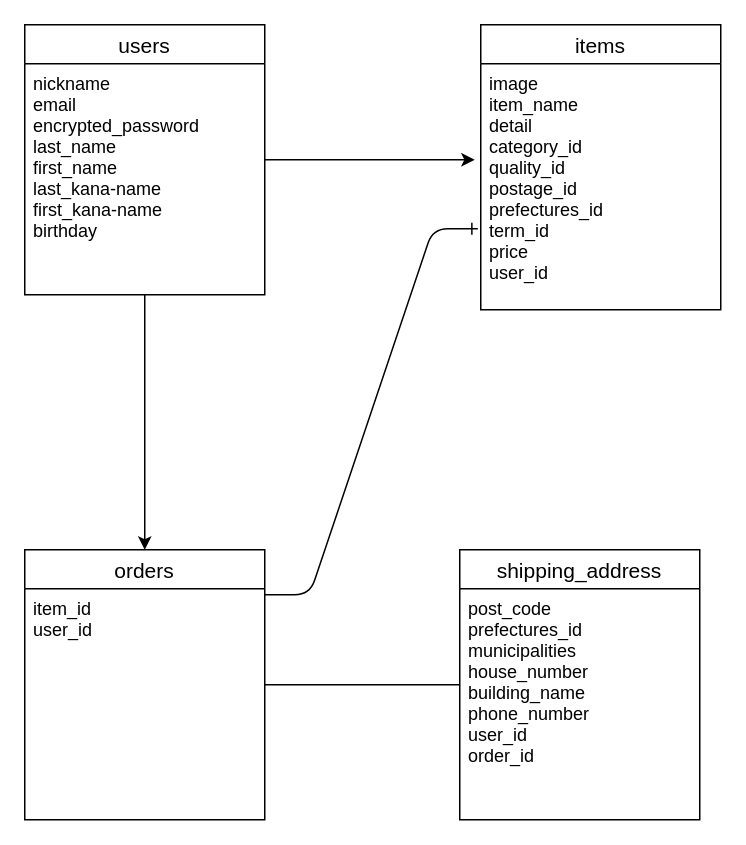
The draw.io diagram er.dio in akioGitHub/furima-38267, before the edit. Source tidied: cells renumbered, new cells numbered last; positions are measured from the earlier drawing's top-left corner, leaving out a move shared by most shapes. Both pictures are drawn from the tidied source at 150%, with x=0, y=0 at pixel (24, 24).
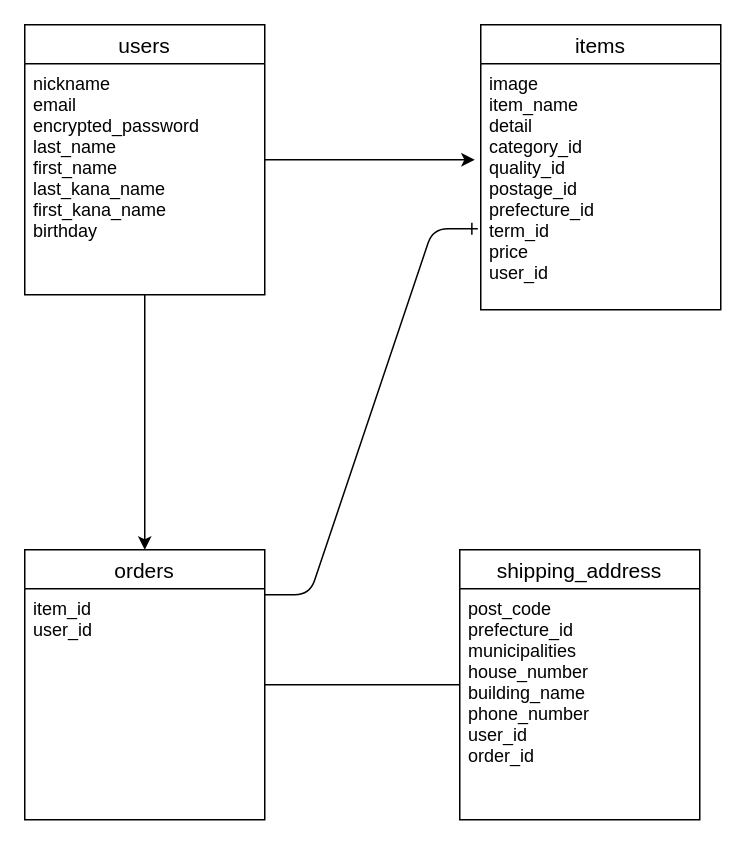
Above is the later version.

Diff of the diagram source:
```diff
@@
 <mxGraphModel>
   <root>
     <mxCell id="0" />
     <mxCell id="1" parent="0" />
     <mxCell id="2" style="edgeStyle=none;html=1;" parent="1" edge="1" source="3">
       <mxGeometry relative="1" as="geometry">
         <mxPoint x="300" y="90" as="targetPoint" />
       </mxGeometry>
     </mxCell>
     <mxCell id="3" value="users" style="swimlane;fontStyle=0;horizontal=1;startSize=26;align=center;fontSize=14;" parent="1" vertex="1">
       <mxGeometry width="160" height="180" as="geometry" />
     </mxCell>
-    <mxCell id="4" value="nickname&#10;email&#10;encrypted_password&#10;last_name&#10;first_name&#10;last_kana-name&#10;first_kana-name&#10;birthday&#10;" style="text;strokeColor=none;fillColor=none;spacingLeft=4;spacingRight=4;overflow=hidden;points=[[0,0.5],[1,0.5]];portConstraint=eastwest;fontSize=12;" parent="3" vertex="1">
+    <mxCell id="4" value="nickname&#10;email&#10;encrypted_password&#10;last_name&#10;first_name&#10;last_kana_name&#10;first_kana_name&#10;birthday&#10;" style="text;strokeColor=none;fillColor=none;spacingLeft=4;spacingRight=4;overflow=hidden;points=[[0,0.5],[1,0.5]];portConstraint=eastwest;fontSize=12;" parent="3" vertex="1">
       <mxGeometry y="26" width="160" height="154" as="geometry" />
     </mxCell>
     <mxCell id="5" value="items" style="swimlane;fontStyle=0;horizontal=1;startSize=26;align=center;fontSize=14;" parent="1" vertex="1">
       <mxGeometry x="304" width="160" height="190" as="geometry" />
     </mxCell>
     <mxCell id="6" value="shipping_address" style="swimlane;fontStyle=0;horizontal=1;startSize=26;align=center;fontSize=14;" parent="1" vertex="1">
       <mxGeometry x="290" y="350" width="160" height="180" as="geometry" />
     </mxCell>
-    <mxCell id="7" value="post_code&#10;prefectures_id&#10;municipalities&#10;house_number&#10;building_name&#10;phone_number&#10;user_id&#10;order_id" style="text;strokeColor=none;fillColor=none;spacingLeft=4;spacingRight=4;overflow=hidden;fontSize=12;" parent="6" vertex="1">
+    <mxCell id="7" value="post_code&#10;prefecture_id&#10;municipalities&#10;house_number&#10;building_name&#10;phone_number&#10;user_id&#10;order_id" style="text;strokeColor=none;fillColor=none;spacingLeft=4;spacingRight=4;overflow=hidden;fontSize=12;" parent="6" vertex="1">
       <mxGeometry y="26" width="160" height="154" as="geometry" />
     </mxCell>
     <mxCell id="8" value="orders" style="swimlane;fontStyle=0;horizontal=1;startSize=26;align=center;fontSize=14;" parent="1" vertex="1">
       <mxGeometry y="350" width="160" height="180" as="geometry" />
     </mxCell>
     <mxCell id="9" value="item_id&#10;user_id" style="text;strokeColor=none;fillColor=none;spacingLeft=4;spacingRight=4;overflow=hidden;fontSize=12;" parent="8" vertex="1">
       <mxGeometry y="26" width="160" height="154" as="geometry" />
     </mxCell>
     <mxCell id="10" style="edgeStyle=none;html=1;entryX=0.5;entryY=0;entryDx=0;entryDy=0;" parent="1" edge="1" source="4" target="8">
       <mxGeometry relative="1" as="geometry" />
     </mxCell>
     <mxCell id="11" style="line;strokeWidth=1;dashed=0;labelPosition=right;align=left;verticalAlign=middle;spacingTop=0;spacingLeft=6;" parent="1" vertex="1">
       <mxGeometry x="160" y="435" width="130" height="10" as="geometry" />
     </mxCell>
-    <mxCell id="12" value="image&#10;item_name&#10;detail&#10;category_id&#10;quality_id&#10;postage_id&#10;prefectures_id&#10;term_id&#10;price&#10;user_id&#10;" style="text;strokeColor=none;fillColor=none;spacingLeft=4;spacingRight=4;overflow=hidden;points=[[0,0.5],[1,0.5]];portConstraint=eastwest;fontSize=12;" parent="1" vertex="1">
+    <mxCell id="12" value="image&#10;item_name&#10;detail&#10;category_id&#10;quality_id&#10;postage_id&#10;prefecture_id&#10;term_id&#10;price&#10;user_id&#10;" style="text;strokeColor=none;fillColor=none;spacingLeft=4;spacingRight=4;overflow=hidden;points=[[0,0.5],[1,0.5]];portConstraint=eastwest;fontSize=12;" parent="1" vertex="1">
       <mxGeometry x="304" y="26" width="160" height="164" as="geometry" />
     </mxCell>
     <mxCell id="13" style="edgeStyle=entityRelationEdgeStyle;fontSize=12;html=1;endArrow=ERone;endFill=1;entryX=-0.012;entryY=0.671;entryDx=0;entryDy=0;entryPerimeter=0;" parent="1" edge="1" target="12">
       <mxGeometry relative="1" as="geometry">
         <mxPoint x="160" y="380" as="sourcePoint" />
       </mxGeometry>
     </mxCell>
   </root>
 </mxGraphModel>
```
